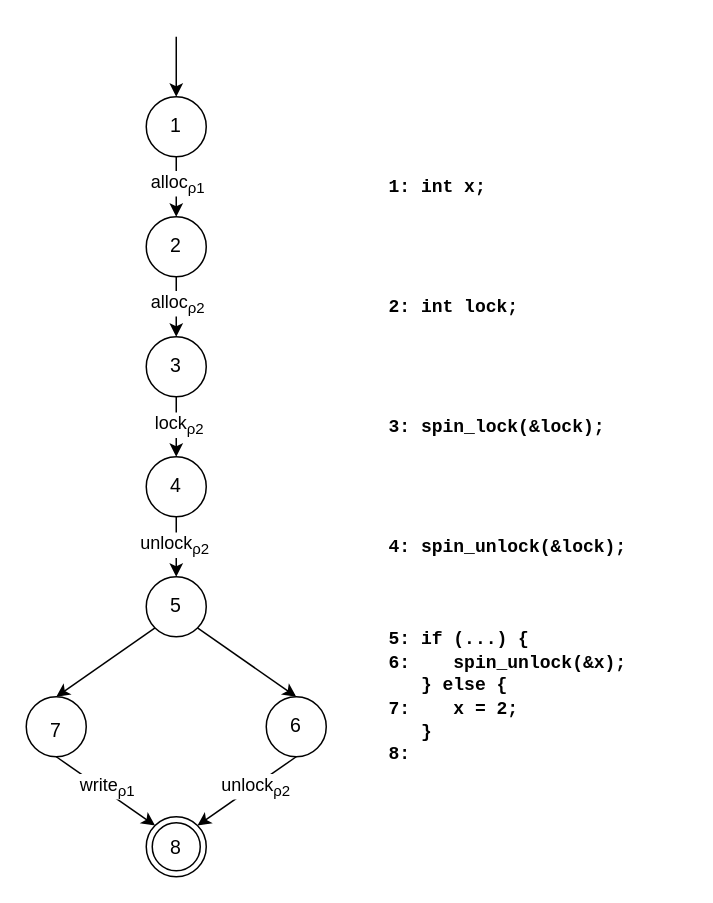
Above: algorithm/figures/cfg_example.drawio in andersfischernielsen/Finding-Resource-Manipulation-Bugs-with-Monitor-Automata-on-the-Example-of-the-Linux-Kernel (draw.io), before the change. Source tidied: cells renumbered, new cells numbered last; positions are measured from the earlier drawing's top-left corner, leaving out a move shared by most shapes. Both pictures are drawn from the tidied source at 150%, with x=0, y=0 at pixel (26, 36).
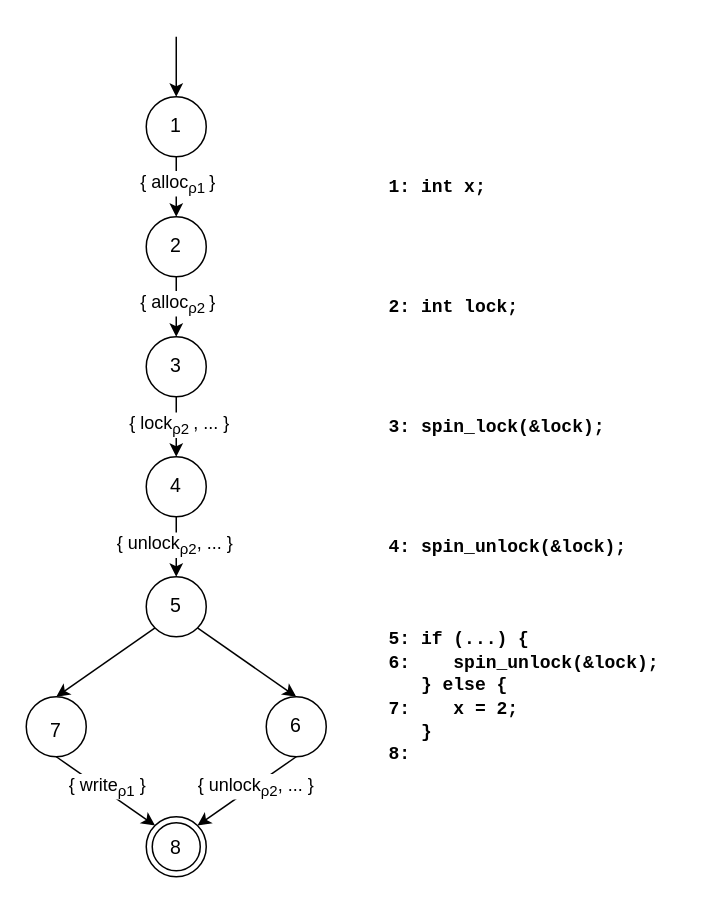
After the change.

Unchanged cells that the change refers to:
```xml
<mxCell id="3" style="endArrow=classic;html=1;entryX=0.5;entryY=0;entryDx=0;entryDy=0;exitX=0.5;exitY=1;exitDx=0;exitDy=0;" parent="1" edge="1" source="24" target="2">
  <mxGeometry relative="1" as="geometry" />
</mxCell>
<mxCell id="5" style="endArrow=classic;html=1;exitX=0.5;exitY=1;exitDx=0;exitDy=0;entryX=0.5;entryY=0;entryDx=0;entryDy=0;" parent="1" edge="1" source="2" target="9">
  <mxGeometry relative="1" as="geometry" />
</mxCell>
<mxCell id="7" style="edgeStyle=orthogonalEdgeStyle;rounded=0;jettySize=auto;html=1;exitX=0.5;exitY=1;exitDx=0;exitDy=0;entryX=0.5;entryY=0;entryDx=0;entryDy=0;" parent="1" edge="1" source="9" target="14">
  <mxGeometry relative="1" as="geometry" />
</mxCell>
<mxCell id="15" style="edgeStyle=none;rounded=0;jettySize=auto;html=1;exitX=0.5;exitY=1;exitDx=0;exitDy=0;entryX=0;entryY=0;entryDx=0;entryDy=0;" parent="1" edge="1" source="17" target="29">
  <mxGeometry relative="1" as="geometry" />
</mxCell>
<mxCell id="18" style="edgeStyle=none;rounded=0;jettySize=auto;html=1;exitX=0.5;exitY=1;exitDx=0;exitDy=0;entryX=1;entryY=0;entryDx=0;entryDy=0;" parent="1" edge="1" source="20" target="29">
  <mxGeometry relative="1" as="geometry" />
</mxCell>
<mxCell id="25" style="endArrow=classic;html=1;entryX=0.5;entryY=0;entryDx=0;entryDy=0;exitX=0.5;exitY=1;exitDx=0;exitDy=0;" parent="1" edge="1" source="27" target="24">
  <mxGeometry relative="1" as="geometry" />
</mxCell>
```

Diff of the diagram source:
```diff
@@
-    <mxCell id="4" value="alloc&lt;sub&gt;ρ2&lt;/sub&gt;" style="text;html=1;align=center;verticalAlign=middle;labelBackgroundColor=#ffffff;" parent="3" vertex="1">
+    <mxCell id="4" value="{ alloc&lt;sub&gt;ρ2 &lt;/sub&gt;}" style="text;html=1;align=center;verticalAlign=middle;labelBackgroundColor=#ffffff;" parent="3" vertex="1">
       <mxGeometry x="-0.4" y="1" relative="1" as="geometry">
         <mxPoint x="-1" y="5" as="offset" />
       </mxGeometry>
     </mxCell>
@@
-    <mxCell id="6" value="lock&lt;sub&gt;ρ2&lt;/sub&gt;" style="text;html=1;align=center;verticalAlign=middle;labelBackgroundColor=#ffffff;" parent="5" vertex="1">
+    <mxCell id="6" value="{ lock&lt;sub&gt;ρ2 &lt;/sub&gt;, ... }" style="text;html=1;align=center;verticalAlign=middle;labelBackgroundColor=#ffffff;" parent="5" vertex="1">
       <mxGeometry x="-0.2" y="1" relative="1" as="geometry">
         <mxPoint y="2" as="offset" />
       </mxGeometry>
     </mxCell>
@@
-    <mxCell id="8" value="unlock&lt;sub&gt;ρ2&lt;/sub&gt;" style="text;html=1;align=center;verticalAlign=middle;labelBackgroundColor=#ffffff;" parent="7" vertex="1">
+    <mxCell id="8" value="{ unlock&lt;sub&gt;ρ2&lt;/sub&gt;, ... }" style="text;html=1;align=center;verticalAlign=middle;labelBackgroundColor=#ffffff;" parent="7" vertex="1">
       <mxGeometry x="-0.25" y="-2" relative="1" as="geometry">
         <mxPoint y="3" as="offset" />
       </mxGeometry>
     </mxCell>
@@
-    <mxCell id="16" value="write&lt;sub&gt;ρ1&lt;/sub&gt;" style="text;html=1;align=center;verticalAlign=middle;labelBackgroundColor=#ffffff;" parent="15" vertex="1">
+    <mxCell id="16" value="{ write&lt;sub&gt;ρ1&lt;/sub&gt; }" style="text;html=1;align=center;verticalAlign=middle;labelBackgroundColor=#ffffff;" parent="15" vertex="1">
       <mxGeometry x="-0.03" y="3" relative="1" as="geometry" />
     </mxCell>
@@
-    <mxCell id="19" value="unlock&lt;sub&gt;ρ2&lt;/sub&gt;" style="text;html=1;align=center;verticalAlign=middle;labelBackgroundColor=#ffffff;" parent="18" vertex="1">
+    <mxCell id="19" value="{ unlock&lt;sub&gt;ρ2&lt;/sub&gt;, ... }" style="text;html=1;align=center;verticalAlign=middle;labelBackgroundColor=#ffffff;" parent="18" vertex="1">
       <mxGeometry x="-0.15" relative="1" as="geometry" />
     </mxCell>
@@
-    <mxCell id="21" value="&lt;font face=&quot;Courier New&quot;&gt;5: if (...) { &lt;br&gt;6:&amp;nbsp; &amp;nbsp; spin_unlock(&amp;amp;x);&lt;/font&gt;&lt;font face=&quot;Courier New&quot;&gt;&lt;br&gt;&amp;nbsp; &amp;nbsp;} else { &lt;br&gt;7:&amp;nbsp; &amp;nbsp; x = 2;&lt;/font&gt;&lt;font face=&quot;Courier New&quot;&gt;&lt;br&gt;&amp;nbsp; &amp;nbsp;}&lt;br&gt;8:&lt;br&gt;&lt;/font&gt;" style="text;html=1;align=left;verticalAlign=middle;fontStyle=1;" parent="1" vertex="1">
-      <mxGeometry x="240" y="390" width="170" height="100" as="geometry" />
+    <mxCell id="21" value="&lt;font face=&quot;Courier New&quot;&gt;5: if (...) { &lt;br&gt;6:&amp;nbsp; &amp;nbsp; spin_unlock(&amp;amp;lock);&lt;/font&gt;&lt;font face=&quot;Courier New&quot;&gt;&lt;br&gt;&amp;nbsp; &amp;nbsp;} else { &lt;br&gt;7:&amp;nbsp; &amp;nbsp; x = 2;&lt;/font&gt;&lt;font face=&quot;Courier New&quot;&gt;&lt;br&gt;&amp;nbsp; &amp;nbsp;}&lt;br&gt;8:&lt;br&gt;&lt;/font&gt;" style="text;html=1;align=left;verticalAlign=middle;fontStyle=1;" parent="1" vertex="1">
+      <mxGeometry x="240" y="390" width="200" height="100" as="geometry" />
     </mxCell>
@@
-    <mxCell id="26" value="alloc&lt;sub&gt;ρ1&lt;/sub&gt;" style="text;html=1;align=center;verticalAlign=middle;labelBackgroundColor=#ffffff;" parent="25" vertex="1">
+    <mxCell id="26" value="{ alloc&lt;sub&gt;ρ1 &lt;/sub&gt;}" style="text;html=1;align=center;verticalAlign=middle;labelBackgroundColor=#ffffff;" parent="25" vertex="1">
       <mxGeometry x="-0.05" relative="1" as="geometry">
         <mxPoint y="-2" as="offset" />
       </mxGeometry>
     </mxCell>
```
